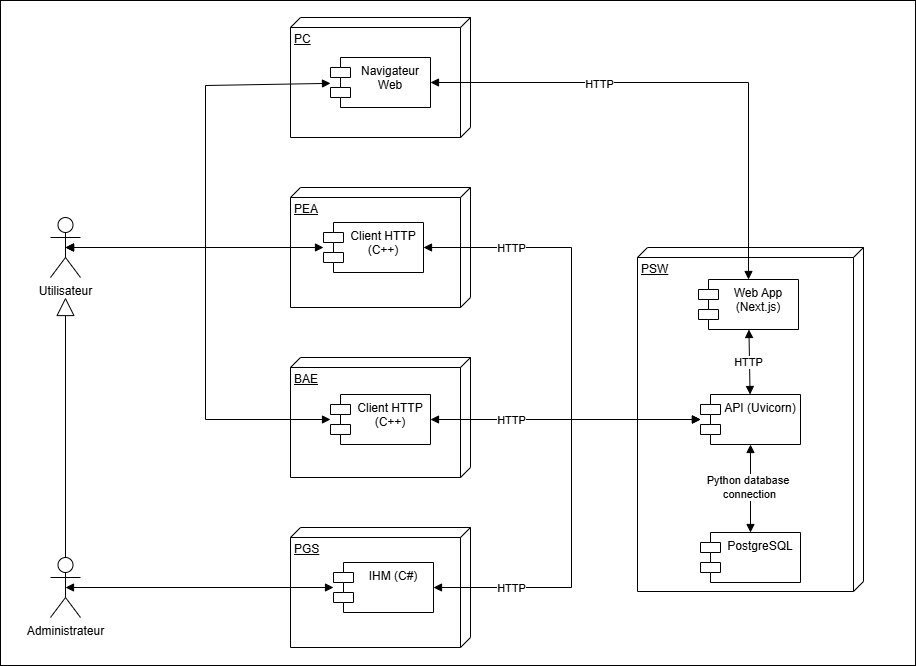
Above: PartieCommune/Deploiement/DiagrammeDeploiement.png in RobinMartineau/Acc-s-campus- (draw.io), before the change. Source tidied: cells renumbered, new cells last; positions are measured from the earlier drawing's top-left corner, leaving out a move shared by most shapes.
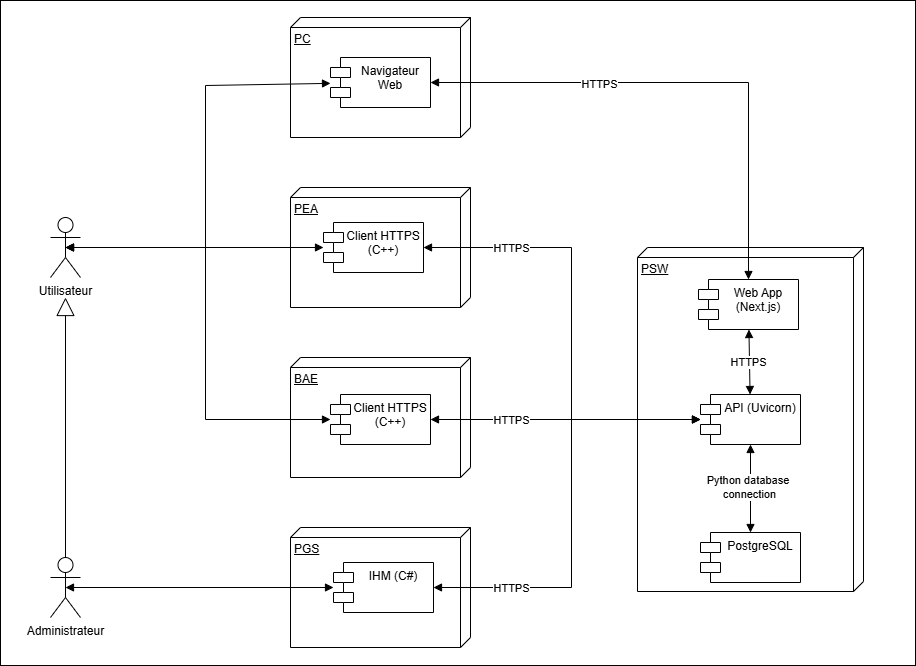
After the commit.

Commit message:
Ajout du https sur le diagramme de deploiement

What changed in the source:
```diff
@@ -43,10 +43,10 @@
     <mxCell id="14" value="Navigateur Web" style="shape=module;align=left;spacingLeft=20;align=center;verticalAlign=top;whiteSpace=wrap;html=1;" parent="1" vertex="1">
       <mxGeometry x="330" y="57" width="100" height="50" as="geometry" />
     </mxCell>
-    <mxCell id="15" value="Client HTTP (C++)" style="shape=module;align=left;spacingLeft=20;align=center;verticalAlign=top;whiteSpace=wrap;html=1;" parent="1" vertex="1">
+    <mxCell id="15" value="Client HTTPS (C++)" style="shape=module;align=left;spacingLeft=20;align=center;verticalAlign=top;whiteSpace=wrap;html=1;" parent="1" vertex="1">
       <mxGeometry x="323" y="222" width="100" height="50" as="geometry" />
     </mxCell>
-    <mxCell id="16" value="Client HTTP (C++)" style="shape=module;align=left;spacingLeft=20;align=center;verticalAlign=top;whiteSpace=wrap;html=1;" parent="1" vertex="1">
+    <mxCell id="16" value="Client HTTPS (C++)" style="shape=module;align=left;spacingLeft=20;align=center;verticalAlign=top;whiteSpace=wrap;html=1;" parent="1" vertex="1">
       <mxGeometry x="330" y="394" width="100" height="50" as="geometry" />
     </mxCell>
     <mxCell id="17" value="Web App (Next.js)" style="shape=module;align=left;spacingLeft=20;align=center;verticalAlign=top;whiteSpace=wrap;html=1;" parent="1" vertex="1">
@@ -59,7 +59,7 @@
         </Array>
       </mxGeometry>
     </mxCell>
-    <mxCell id="19" value="HTTP" style="edgeLabel;html=1;align=center;verticalAlign=middle;" parent="18" vertex="1">
+    <mxCell id="19" value="HTTPS" style="edgeLabel;html=1;align=center;verticalAlign=middle;" parent="18" vertex="1">
       <mxGeometry x="-0.35" y="-1" relative="1" as="geometry" />
     </mxCell>
     <mxCell id="20" style="endArrow=block;startArrow=block;endFill=1;startFill=1;html=1;rounded=0;" parent="1" edge="1" source="12" target="11">
@@ -78,7 +78,7 @@
         </Array>
       </mxGeometry>
     </mxCell>
-    <mxCell id="23" value="HTTP" style="edgeLabel;html=1;align=center;verticalAlign=middle;" parent="22" vertex="1">
+    <mxCell id="23" value="HTTPS" style="edgeLabel;html=1;align=center;verticalAlign=middle;" parent="22" vertex="1">
       <mxGeometry x="-0.66" y="-3" relative="1" as="geometry">
         <mxPoint x="11" y="-3" as="offset" />
       </mxGeometry>
@@ -86,7 +86,7 @@
     <mxCell id="24" style="endArrow=block;startArrow=block;endFill=1;startFill=1;html=1;rounded=0;" parent="1" edge="1" source="17" target="12">
       <mxGeometry relative="1" as="geometry" />
     </mxCell>
-    <mxCell id="25" value="HTTP" style="edgeLabel;html=1;align=center;verticalAlign=middle;" parent="24" vertex="1">
+    <mxCell id="25" value="HTTPS" style="edgeLabel;html=1;align=center;verticalAlign=middle;" parent="24" vertex="1">
       <mxGeometry x="-0.14" y="2" relative="1" as="geometry">
         <mxPoint x="-3" y="5" as="offset" />
       </mxGeometry>
@@ -94,7 +94,7 @@
     <mxCell id="26" style="endArrow=block;startArrow=block;endFill=1;startFill=1;html=1;rounded=0;" parent="1" edge="1" source="16" target="12">
       <mxGeometry relative="1" as="geometry" />
     </mxCell>
-    <mxCell id="27" value="HTTP" style="edgeLabel;html=1;align=center;verticalAlign=middle;" parent="26" vertex="1">
+    <mxCell id="27" value="HTTPS" style="edgeLabel;html=1;align=center;verticalAlign=middle;" parent="26" vertex="1">
       <mxGeometry x="-0.44" y="-3" relative="1" as="geometry">
         <mxPoint x="4" y="-3" as="offset" />
       </mxGeometry>
@@ -107,7 +107,7 @@
         </Array>
       </mxGeometry>
     </mxCell>
-    <mxCell id="29" value="HTTP" style="edgeLabel;html=1;align=center;verticalAlign=middle;" parent="28" vertex="1">
+    <mxCell id="29" value="HTTPS" style="edgeLabel;html=1;align=center;verticalAlign=middle;" parent="28" vertex="1">
       <mxGeometry x="-0.66" y="2" relative="1" as="geometry">
         <mxPoint x="2" y="2" as="offset" />
       </mxGeometry>
```
